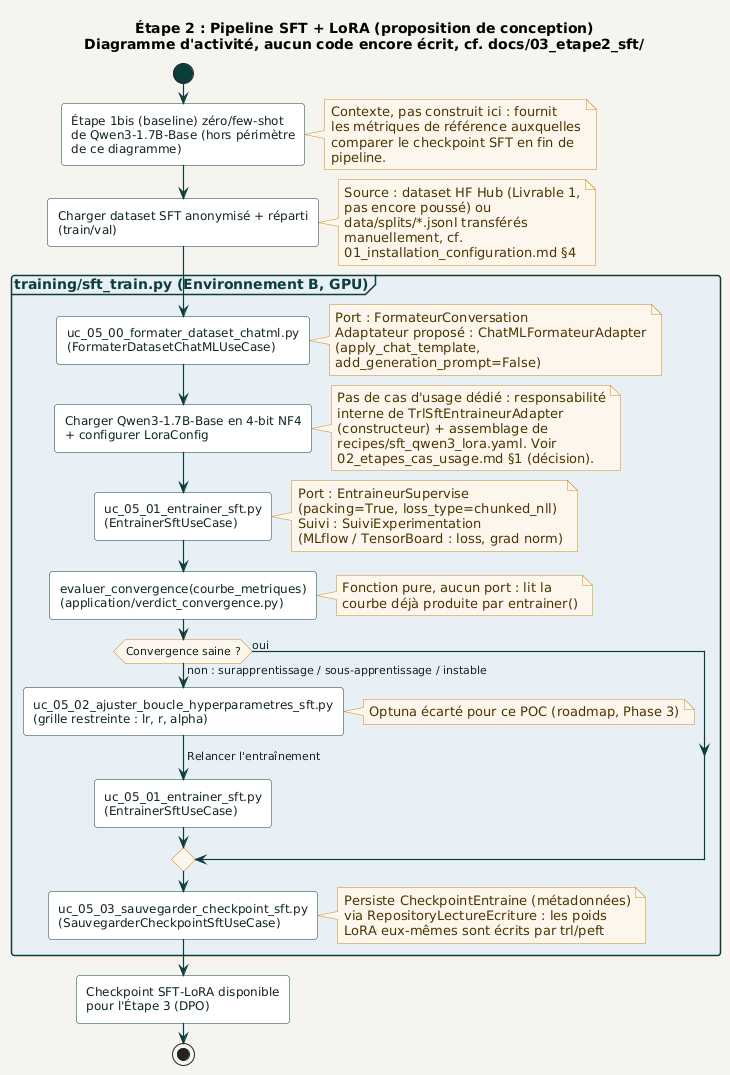
Before: docs/diagrams/03_etape2_sft/activite/pipeline_sft_lora.png, a diagram exported from PlantUML (racemartin/m14_ocr). Its diagram source:
```plantuml
@startuml pipeline_sft_lora
!include ../../_common/estilo.iuml

title Étape 2 : Pipeline SFT + LoRA (proposition de conception)\nDiagramme d'activité, aucun code encore écrit, cf. docs/03_etape2_sft/

start

:Étape 1bis (baseline) zéro/few-shot\nde Qwen3-1.7B-Base (hors périmètre\nde ce diagramme);
note right
  Contexte, pas construit ici : fournit
  les métriques de référence auxquelles
  comparer le checkpoint SFT en fin de
  pipeline.
end note

:Charger dataset SFT anonymisé + réparti\n(train/val);
note right
  Source : dataset HF Hub (Livrable 1,
  pas encore poussé) ou
  data/splits/*.jsonl transférés
  manuellement, cf.
  01_installation_configuration.md §4
end note

partition "training/sft_train.py (Environnement B, GPU)" #E8F0F5 {

  :uc_05_00_formater_dataset_chatml.py\n(FormaterDatasetChatMLUseCase);
  note right
    Port : FormateurConversation
    Adaptateur proposé : ChatMLFormateurAdapter
    (apply_chat_template,
    add_generation_prompt=False)
  end note

  :Charger Qwen3-1.7B-Base en 4-bit NF4\n+ configurer LoraConfig;
  note right
    Pas de cas d'usage dédié : responsabilité
    interne de TrlSftEntraineurAdapter
    (constructeur) + assemblage de
    recipes/sft_qwen3_lora.yaml. Voir
    02_etapes_cas_usage.md §1 (décision).
  end note

  :uc_05_01_entrainer_sft.py\n(EntrainerSftUseCase);
  note right
    Port : EntraineurSupervise
    (packing=True, loss_type=chunked_nll)
    Suivi : SuiviExperimentation
    (MLflow / TensorBoard : loss, grad norm)
  end note

  :evaluer_convergence(courbe_metriques)\n(application/verdict_convergence.py);
  note right
    Fonction pure, aucun port : lit la
    courbe déjà produite par entrainer()
  end note

  if (Convergence saine ?) then (non : surapprentissage / sous-apprentissage / instable)
    :uc_05_02_ajuster_boucle_hyperparametres_sft.py\n(grille restreinte : lr, r, alpha);
    note right: Optuna écarté pour ce POC (roadmap, Phase 3)
    -> Relancer l'entraînement;
    :uc_05_01_entrainer_sft.py\n(EntrainerSftUseCase);
  else (oui)
  endif

  :uc_05_03_sauvegarder_checkpoint_sft.py\n(SauvegarderCheckpointSftUseCase);
  note right
    Persiste CheckpointEntraine (métadonnées)
    via RepositoryLectureEcriture : les poids
    LoRA eux-mêmes sont écrits par trl/peft
  end note
}

:Checkpoint SFT-LoRA disponible\npour l'Étape 3 (DPO);

stop

@enduml
```
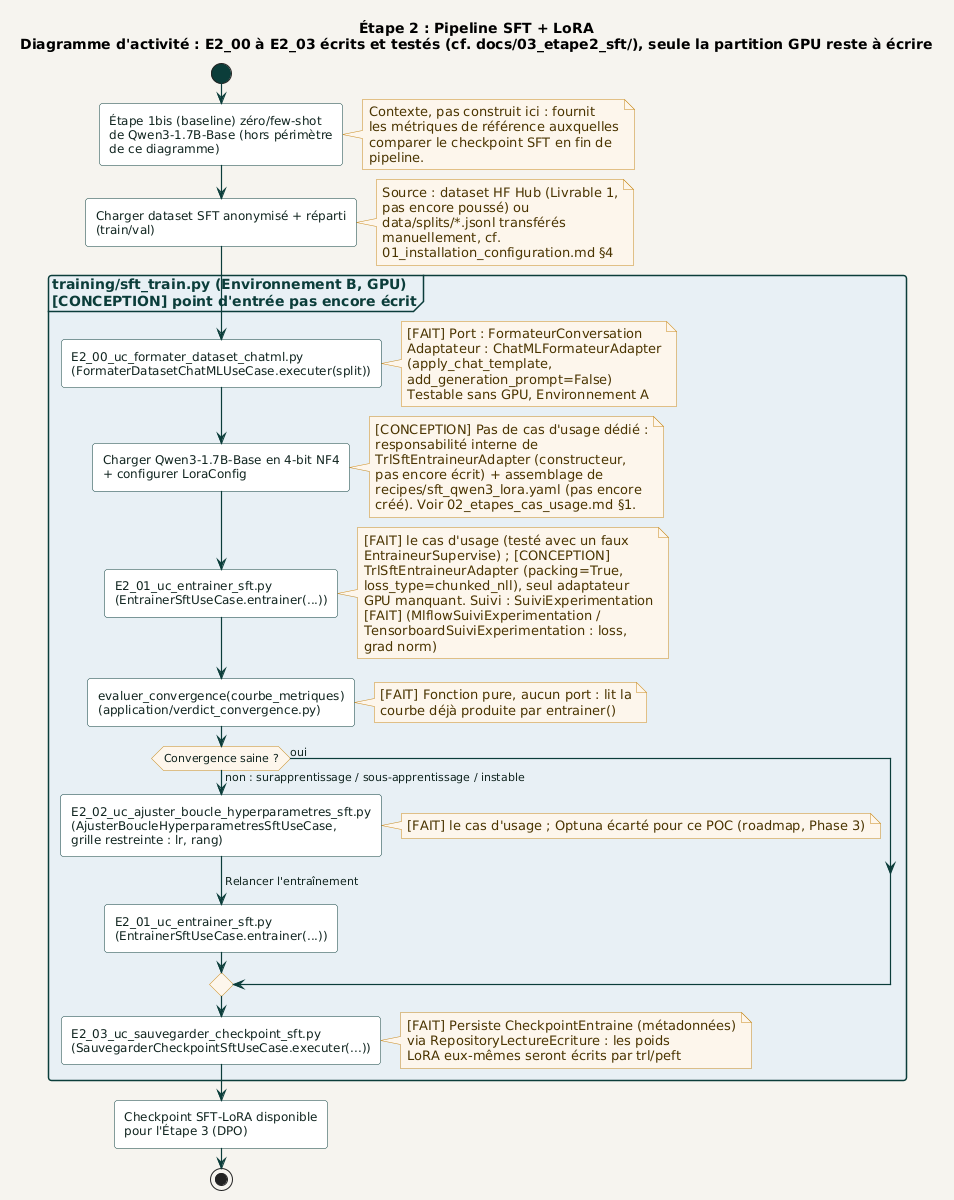
The same file after the commit.

Diff of the diagram source:
```diff
@@ -1,7 +1,7 @@
 @startuml pipeline_sft_lora
 !include ../../_common/estilo.iuml
 
-title Étape 2 : Pipeline SFT + LoRA (proposition de conception)\nDiagramme d'activité, aucun code encore écrit, cf. docs/03_etape2_sft/
+title Étape 2 : Pipeline SFT + LoRA\nDiagramme d'activité : E2_00 à E2_03 écrits et testés (cf. docs/03_etape2_sft/), seule la partition GPU reste à écrire
 
 start
 
@@ -22,52 +22,58 @@
   01_installation_configuration.md §4
 end note
 
-partition "training/sft_train.py (Environnement B, GPU)" #E8F0F5 {
+partition "training/sft_train.py (Environnement B, GPU)\n[CONCEPTION] point d'entrée pas encore écrit" #E8F0F5 {
 
-  :uc_05_00_formater_dataset_chatml.py\n(FormaterDatasetChatMLUseCase);
+  :E2_00_uc_formater_dataset_chatml.py\n(FormaterDatasetChatMLUseCase.executer(split));
   note right
-    Port : FormateurConversation
-    Adaptateur proposé : ChatMLFormateurAdapter
+    [FAIT] Port : FormateurConversation
+    Adaptateur : ChatMLFormateurAdapter
     (apply_chat_template,
     add_generation_prompt=False)
+    Testable sans GPU, Environnement A
   end note
 
   :Charger Qwen3-1.7B-Base en 4-bit NF4\n+ configurer LoraConfig;
   note right
-    Pas de cas d'usage dédié : responsabilité
-    interne de TrlSftEntraineurAdapter
-    (constructeur) + assemblage de
-    recipes/sft_qwen3_lora.yaml. Voir
-    02_etapes_cas_usage.md §1 (décision).
+    [CONCEPTION] Pas de cas d'usage dédié :
+    responsabilité interne de
+    TrlSftEntraineurAdapter (constructeur,
+    pas encore écrit) + assemblage de
+    recipes/sft_qwen3_lora.yaml (pas encore
+    créé). Voir 02_etapes_cas_usage.md §1.
   end note
 
-  :uc_05_01_entrainer_sft.py\n(EntrainerSftUseCase);
+  :E2_01_uc_entrainer_sft.py\n(EntrainerSftUseCase.entrainer(...));
   note right
-    Port : EntraineurSupervise
-    (packing=True, loss_type=chunked_nll)
-    Suivi : SuiviExperimentation
-    (MLflow / TensorBoard : loss, grad norm)
+    [FAIT] le cas d'usage (testé avec un faux
+    EntraineurSupervise) ; [CONCEPTION]
+    TrlSftEntraineurAdapter (packing=True,
+    loss_type=chunked_nll), seul adaptateur
+    GPU manquant. Suivi : SuiviExperimentation
+    [FAIT] (MlflowSuiviExperimentation /
+    TensorboardSuiviExperimentation : loss,
+    grad norm)
   end note
 
   :evaluer_convergence(courbe_metriques)\n(application/verdict_convergence.py);
   note right
-    Fonction pure, aucun port : lit la
+    [FAIT] Fonction pure, aucun port : lit la
     courbe déjà produite par entrainer()
   end note
 
   if (Convergence saine ?) then (non : surapprentissage / sous-apprentissage / instable)
-    :uc_05_02_ajuster_boucle_hyperparametres_sft.py\n(grille restreinte : lr, r, alpha);
-    note right: Optuna écarté pour ce POC (roadmap, Phase 3)
+    :E2_02_uc_ajuster_boucle_hyperparametres_sft.py\n(AjusterBoucleHyperparametresSftUseCase,\ngrille restreinte : lr, rang);
+    note right: [FAIT] le cas d'usage ; Optuna écarté pour ce POC (roadmap, Phase 3)
     -> Relancer l'entraînement;
-    :uc_05_01_entrainer_sft.py\n(EntrainerSftUseCase);
+    :E2_01_uc_entrainer_sft.py\n(EntrainerSftUseCase.entrainer(...));
   else (oui)
   endif
 
-  :uc_05_03_sauvegarder_checkpoint_sft.py\n(SauvegarderCheckpointSftUseCase);
+  :E2_03_uc_sauvegarder_checkpoint_sft.py\n(SauvegarderCheckpointSftUseCase.executer(...));
   note right
-    Persiste CheckpointEntraine (métadonnées)
+    [FAIT] Persiste CheckpointEntraine (métadonnées)
     via RepositoryLectureEcriture : les poids
-    LoRA eux-mêmes sont écrits par trl/peft
+    LoRA eux-mêmes seront écrits par trl/peft
   end note
 }
 
```
